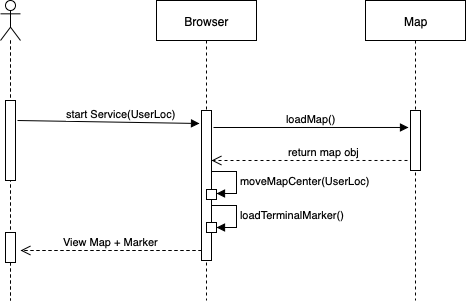
Above: 2nd_homework/sequence_diagram/HomePage Sequence Diagram.png in chisacam/CWNU19SE_2B (draw.io), before the change. Source tidied: cells renumbered, new cells last; positions are measured from the earlier drawing's top-left corner, leaving out a move shared by most shapes. Its diagram source:
```xml
<mxGraphModel background="#ffffff">
  <root>
    <mxCell id="0" />
    <mxCell id="1" parent="0" />
    <mxCell id="2" style="shape=umlLifeline;participant=umlActor;perimeter=lifelinePerimeter;whiteSpace=wrap;html=1;verticalAlign=top;spacingTop=36;labelBackgroundColor=#ffffff;" parent="1" vertex="1">
      <mxGeometry width="20" height="300" as="geometry" />
    </mxCell>
    <mxCell id="3" style="html=1;perimeter=orthogonalPerimeter;" parent="2" vertex="1">
      <mxGeometry x="5" y="232" width="10" height="30" as="geometry" />
    </mxCell>
    <mxCell id="4" value="Map" style="shape=umlLifeline;perimeter=lifelinePerimeter;whiteSpace=wrap;html=1;" parent="1" vertex="1">
      <mxGeometry x="365" width="100" height="300" as="geometry" />
    </mxCell>
    <mxCell id="5" value="Browser" style="shape=umlLifeline;perimeter=lifelinePerimeter;whiteSpace=wrap;html=1;" parent="1" vertex="1">
      <mxGeometry x="156" width="100" height="300" as="geometry" />
    </mxCell>
    <mxCell id="6" style="html=1;perimeter=orthogonalPerimeter;" parent="5" vertex="1">
      <mxGeometry x="45" y="110" width="10" height="150" as="geometry" />
    </mxCell>
    <mxCell id="7" style="html=1;perimeter=orthogonalPerimeter;" parent="5" vertex="1">
      <mxGeometry x="50" y="222" width="10" height="10" as="geometry" />
    </mxCell>
    <mxCell id="8" value="loadTerminalMarker()" style="edgeStyle=orthogonalEdgeStyle;html=1;align=left;spacingLeft=2;endArrow=block;rounded=0;entryX=1;entryY=0;" parent="5" edge="1">
      <mxGeometry relative="1" as="geometry">
        <mxPoint x="55" y="205" as="sourcePoint" />
        <mxPoint x="60" y="227" as="targetPoint" />
        <Array as="points">
          <mxPoint x="80" y="205" />
        </Array>
      </mxGeometry>
    </mxCell>
    <mxCell id="9" style="html=1;perimeter=orthogonalPerimeter;" parent="5" vertex="1">
      <mxGeometry x="50" y="189" width="10" height="10" as="geometry" />
    </mxCell>
    <mxCell id="10" value="&lt;span style=&quot;text-align: center&quot;&gt;moveMapCenter(UserLoc)&lt;/span&gt;" style="edgeStyle=orthogonalEdgeStyle;html=1;align=left;spacingLeft=2;endArrow=block;rounded=0;entryX=1;entryY=0;" parent="5" edge="1">
      <mxGeometry relative="1" as="geometry">
        <mxPoint x="55" y="171" as="sourcePoint" />
        <mxPoint x="60" y="193" as="targetPoint" />
        <Array as="points">
          <mxPoint x="80" y="171" />
        </Array>
      </mxGeometry>
    </mxCell>
    <mxCell id="11" value="start Service(UserLoc)" style="html=1;verticalAlign=bottom;endArrow=block;exitX=1.2;exitY=0.25;exitDx=0;exitDy=0;exitPerimeter=0;" parent="1" edge="1" source="13">
      <mxGeometry x="0.15" relative="1" as="geometry">
        <mxPoint x="199" y="123" as="targetPoint" />
      </mxGeometry>
    </mxCell>
    <mxCell id="12" value="return map obj" style="html=1;verticalAlign=bottom;endArrow=open;dashed=1;endSize=8;exitX=-0.3;exitY=0.833;exitDx=0;exitDy=0;exitPerimeter=0;" parent="1" edge="1" source="15">
      <mxGeometry x="-0.14" relative="1" as="geometry">
        <mxPoint x="211" y="160" as="targetPoint" />
      </mxGeometry>
    </mxCell>
    <mxCell id="13" style="html=1;points=[];perimeter=orthogonalPerimeter;" parent="1" vertex="1">
      <mxGeometry x="5" y="100" width="10" height="80" as="geometry" />
    </mxCell>
    <mxCell id="14" value="loadMap()" style="html=1;verticalAlign=bottom;endArrow=block;entryX=-0.2;entryY=0.283;entryDx=0;entryDy=0;entryPerimeter=0;" parent="1" edge="1" target="15">
      <mxGeometry relative="1" as="geometry">
        <mxPoint x="213" y="127" as="sourcePoint" />
      </mxGeometry>
    </mxCell>
    <mxCell id="15" style="html=1;points=[];perimeter=orthogonalPerimeter;" parent="1" vertex="1">
      <mxGeometry x="410" y="110" width="10" height="60" as="geometry" />
    </mxCell>
    <mxCell id="16" value="View Map + Marker" style="html=1;verticalAlign=bottom;endArrow=open;dashed=1;endSize=8;" parent="1" edge="1">
      <mxGeometry relative="1" as="geometry">
        <mxPoint x="201" y="250" as="sourcePoint" />
        <mxPoint x="20" y="250" as="targetPoint" />
      </mxGeometry>
    </mxCell>
  </root>
</mxGraphModel>
```
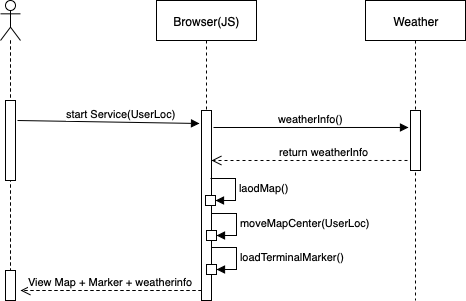
After the change.

Diff of the diagram source:
```diff
@@ -6,38 +6,38 @@
       <mxGeometry width="20" height="300" as="geometry" />
     </mxCell>
     <mxCell id="3" style="html=1;perimeter=orthogonalPerimeter;" parent="2" vertex="1">
-      <mxGeometry x="5" y="232" width="10" height="30" as="geometry" />
+      <mxGeometry x="5" y="270" width="10" height="30" as="geometry" />
     </mxCell>
-    <mxCell id="4" value="Map" style="shape=umlLifeline;perimeter=lifelinePerimeter;whiteSpace=wrap;html=1;" parent="1" vertex="1">
+    <mxCell id="4" value="Weather" style="shape=umlLifeline;perimeter=lifelinePerimeter;whiteSpace=wrap;html=1;" parent="1" vertex="1">
       <mxGeometry x="365" width="100" height="300" as="geometry" />
     </mxCell>
-    <mxCell id="5" value="Browser" style="shape=umlLifeline;perimeter=lifelinePerimeter;whiteSpace=wrap;html=1;" parent="1" vertex="1">
+    <mxCell id="5" value="Browser(JS)" style="shape=umlLifeline;perimeter=lifelinePerimeter;whiteSpace=wrap;html=1;" parent="1" vertex="1">
       <mxGeometry x="156" width="100" height="300" as="geometry" />
     </mxCell>
     <mxCell id="6" style="html=1;perimeter=orthogonalPerimeter;" parent="5" vertex="1">
-      <mxGeometry x="45" y="110" width="10" height="150" as="geometry" />
+      <mxGeometry x="45" y="110" width="10" height="190" as="geometry" />
     </mxCell>
     <mxCell id="7" style="html=1;perimeter=orthogonalPerimeter;" parent="5" vertex="1">
-      <mxGeometry x="50" y="222" width="10" height="10" as="geometry" />
+      <mxGeometry x="50" y="264" width="10" height="10" as="geometry" />
     </mxCell>
     <mxCell id="8" value="loadTerminalMarker()" style="edgeStyle=orthogonalEdgeStyle;html=1;align=left;spacingLeft=2;endArrow=block;rounded=0;entryX=1;entryY=0;" parent="5" edge="1">
       <mxGeometry relative="1" as="geometry">
-        <mxPoint x="55" y="205" as="sourcePoint" />
-        <mxPoint x="60" y="227" as="targetPoint" />
+        <mxPoint x="55" y="247" as="sourcePoint" />
+        <mxPoint x="60" y="269" as="targetPoint" />
         <Array as="points">
-          <mxPoint x="80" y="205" />
+          <mxPoint x="80" y="247" />
         </Array>
       </mxGeometry>
     </mxCell>
     <mxCell id="9" style="html=1;perimeter=orthogonalPerimeter;" parent="5" vertex="1">
-      <mxGeometry x="50" y="189" width="10" height="10" as="geometry" />
+      <mxGeometry x="50" y="230" width="10" height="10" as="geometry" />
     </mxCell>
     <mxCell id="10" value="&lt;span style=&quot;text-align: center&quot;&gt;moveMapCenter(UserLoc)&lt;/span&gt;" style="edgeStyle=orthogonalEdgeStyle;html=1;align=left;spacingLeft=2;endArrow=block;rounded=0;entryX=1;entryY=0;" parent="5" edge="1">
       <mxGeometry relative="1" as="geometry">
-        <mxPoint x="55" y="171" as="sourcePoint" />
-        <mxPoint x="60" y="193" as="targetPoint" />
+        <mxPoint x="55" y="213" as="sourcePoint" />
+        <mxPoint x="60" y="235" as="targetPoint" />
         <Array as="points">
-          <mxPoint x="80" y="171" />
+          <mxPoint x="80" y="213" />
         </Array>
       </mxGeometry>
     </mxCell>
@@ -46,7 +46,7 @@
         <mxPoint x="199" y="123" as="targetPoint" />
       </mxGeometry>
     </mxCell>
-    <mxCell id="12" value="return map obj" style="html=1;verticalAlign=bottom;endArrow=open;dashed=1;endSize=8;exitX=-0.3;exitY=0.833;exitDx=0;exitDy=0;exitPerimeter=0;" parent="1" edge="1" source="15">
+    <mxCell id="12" value="return weatherInfo" style="html=1;verticalAlign=bottom;endArrow=open;dashed=1;endSize=8;exitX=-0.3;exitY=0.833;exitDx=0;exitDy=0;exitPerimeter=0;" parent="1" edge="1" source="15">
       <mxGeometry x="-0.14" relative="1" as="geometry">
         <mxPoint x="211" y="160" as="targetPoint" />
       </mxGeometry>
@@ -54,7 +54,7 @@
     <mxCell id="13" style="html=1;points=[];perimeter=orthogonalPerimeter;" parent="1" vertex="1">
       <mxGeometry x="5" y="100" width="10" height="80" as="geometry" />
     </mxCell>
-    <mxCell id="14" value="loadMap()" style="html=1;verticalAlign=bottom;endArrow=block;entryX=-0.2;entryY=0.283;entryDx=0;entryDy=0;entryPerimeter=0;" parent="1" edge="1" target="15">
+    <mxCell id="14" value="weatherInfo()" style="html=1;verticalAlign=bottom;endArrow=block;entryX=-0.2;entryY=0.283;entryDx=0;entryDy=0;entryPerimeter=0;" parent="1" edge="1" target="15">
       <mxGeometry relative="1" as="geometry">
         <mxPoint x="213" y="127" as="sourcePoint" />
       </mxGeometry>
@@ -62,11 +62,23 @@
     <mxCell id="15" style="html=1;points=[];perimeter=orthogonalPerimeter;" parent="1" vertex="1">
       <mxGeometry x="410" y="110" width="10" height="60" as="geometry" />
     </mxCell>
-    <mxCell id="16" value="View Map + Marker" style="html=1;verticalAlign=bottom;endArrow=open;dashed=1;endSize=8;" parent="1" edge="1">
+    <mxCell id="16" value="View Map + Marker + weatherinfo" style="html=1;verticalAlign=bottom;endArrow=open;dashed=1;endSize=8;" parent="1" edge="1">
       <mxGeometry relative="1" as="geometry">
-        <mxPoint x="201" y="250" as="sourcePoint" />
-        <mxPoint x="20" y="250" as="targetPoint" />
+        <mxPoint x="201" y="290" as="sourcePoint" />
+        <mxPoint x="20" y="290" as="targetPoint" />
       </mxGeometry>
     </mxCell>
+    <mxCell id="17" style="html=1;perimeter=orthogonalPerimeter;" parent="1" vertex="1">
+      <mxGeometry x="205" y="195" width="10" height="10" as="geometry" />
+    </mxCell>
+    <mxCell id="18" value="&lt;span style=&quot;text-align: center&quot;&gt;laodMap()&lt;br&gt;&lt;/span&gt;" style="edgeStyle=orthogonalEdgeStyle;html=1;align=left;spacingLeft=2;endArrow=block;rounded=0;entryX=1;entryY=0;" parent="1" edge="1">
+      <mxGeometry relative="1" as="geometry">
+        <mxPoint x="210" y="178" as="sourcePoint" />
+        <mxPoint x="215" y="200" as="targetPoint" />
+        <Array as="points">
+          <mxPoint x="235" y="178" />
+        </Array>
+      </mxGeometry>
+    </mxCell>
   </root>
 </mxGraphModel>
```
